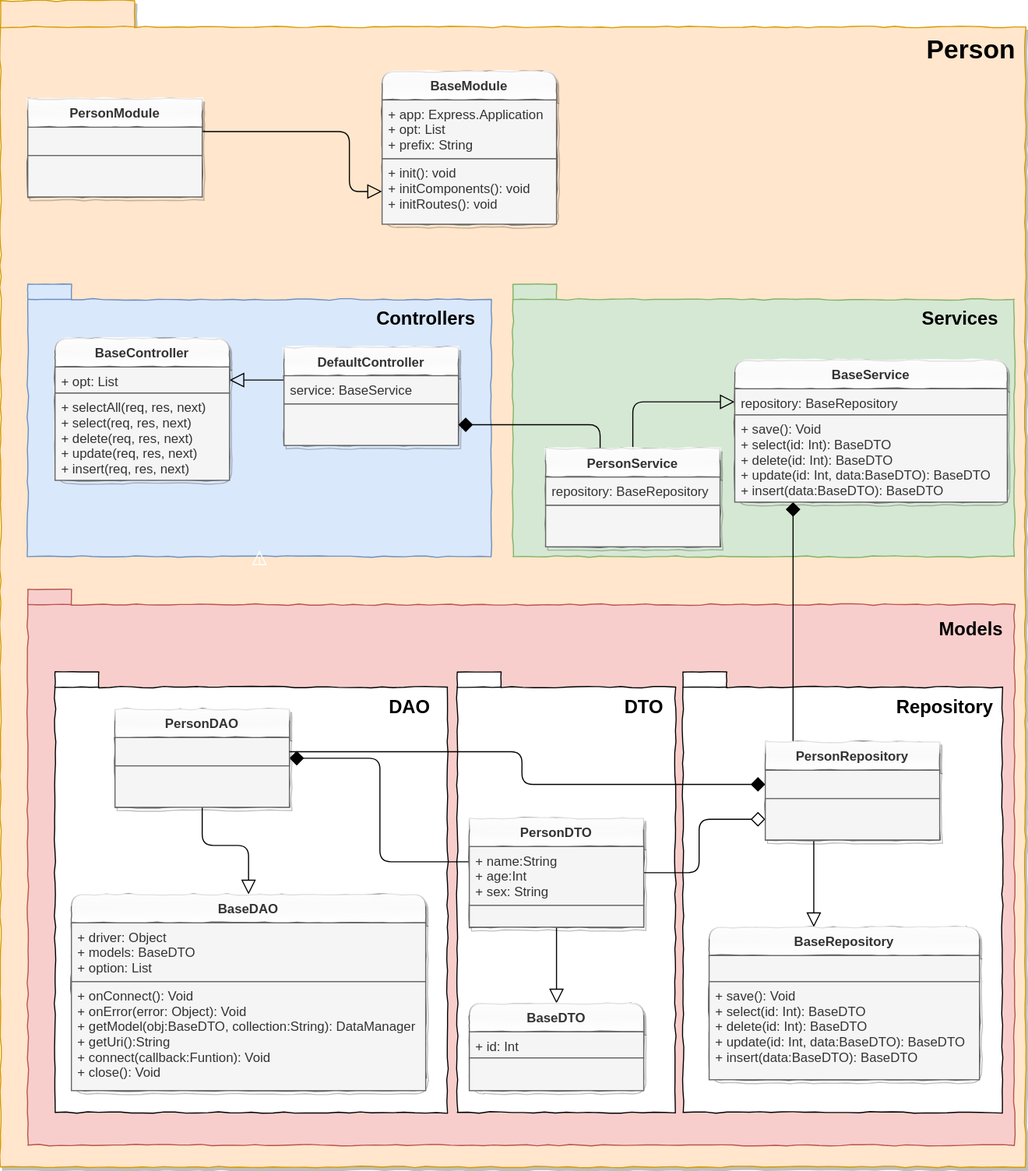
Earlier version of the draw.io export rest.server.02.express/README/module.svg (ameksike/demo.service). Source tidied: cells renumbered, new cells last; positions are measured from the earlier drawing's top-left corner, leaving out a move shared by most shapes.
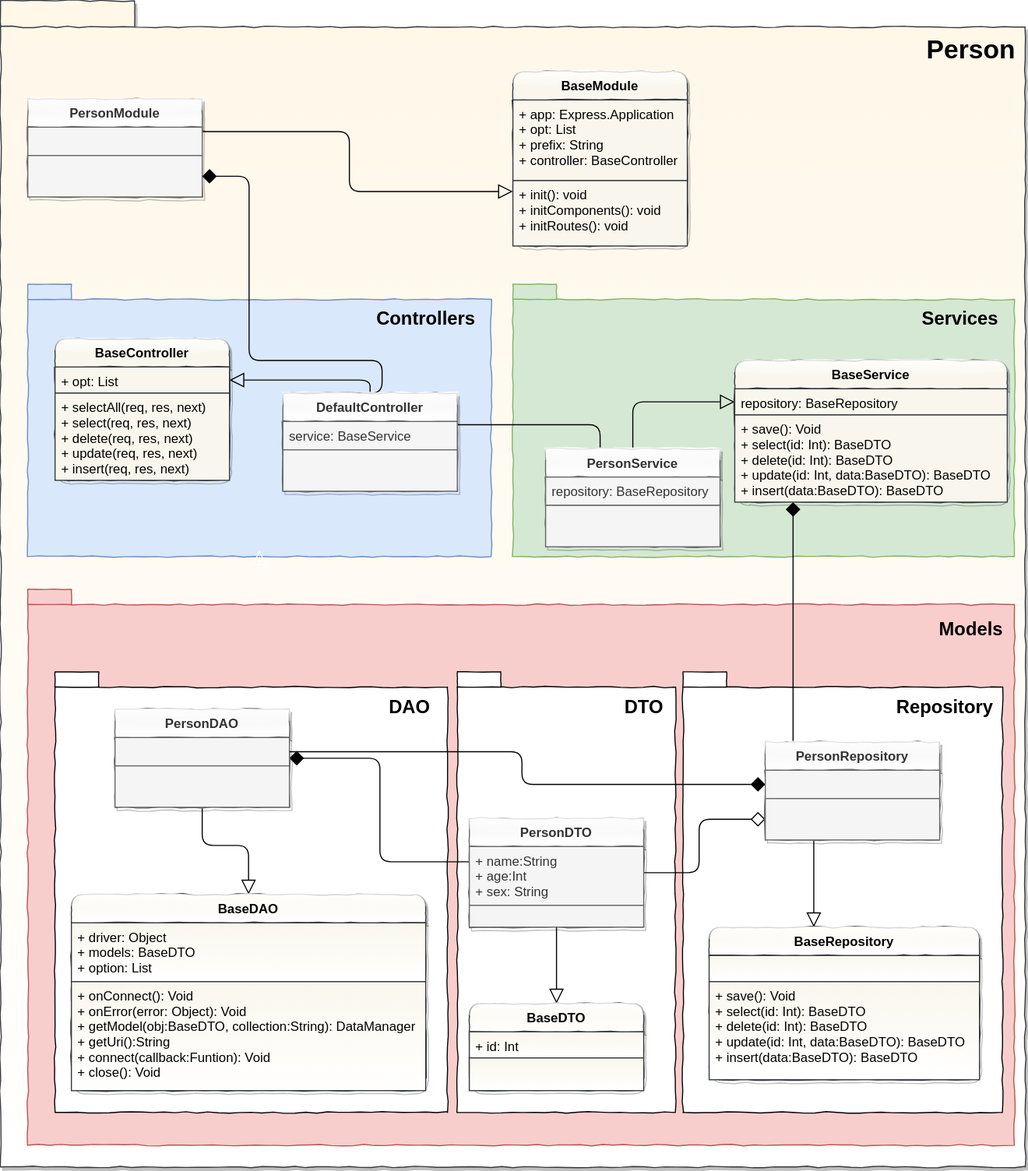
Later version of the same file.

Diff of the diagram source:
```diff
@@ -2,7 +2,7 @@
   <root>
     <mxCell id="0" />
     <mxCell id="1" parent="0" />
-    <mxCell id="2" style="shape=folder;fontStyle=1;spacingTop=10;tabWidth=123;tabHeight=24;tabPosition=left;html=1;rounded=0;shadow=1;comic=1;labelBackgroundColor=none;strokeColor=#d79b00;strokeWidth=1;fillColor=#ffe6cc;fontFamily=Verdana;fontSize=10;align=center;" parent="1" vertex="1">
+    <mxCell id="2" style="shape=folder;fontStyle=1;spacingTop=10;tabWidth=123;tabHeight=24;tabPosition=left;html=1;rounded=0;shadow=1;comic=1;labelBackgroundColor=none;strokeWidth=1;fontFamily=Verdana;fontSize=10;align=center;fillColor=#FFF7E8;strokeColor=#36393d;gradientColor=#ffffff;" parent="1" vertex="1">
       <mxGeometry width="940" height="1070" as="geometry" />
     </mxCell>
     <mxCell id="3" style="edgeStyle=orthogonalEdgeStyle;rounded=1;jettySize=auto;html=1;comic=0;endArrow=block;endFill=0;endSize=11;" parent="1" edge="1" source="34" target="11">
@@ -31,15 +31,6 @@
     <mxCell id="8" style="edgeStyle=orthogonalEdgeStyle;rounded=1;comic=0;orthogonalLoop=1;jettySize=auto;html=1;exitX=0.5;exitY=1;exitDx=0;exitDy=0;exitPerimeter=0;entryX=0.5;entryY=0.977;entryDx=0;entryDy=0;entryPerimeter=0;endArrow=block;endFill=0;endSize=11;strokeColor=#FFFFFF;" parent="1" edge="1" source="5" target="5">
       <mxGeometry relative="1" as="geometry" />
     </mxCell>
-    <mxCell id="9" value="BaseModule" style="swimlane;fontStyle=1;align=center;verticalAlign=top;horizontal=1;startSize=26;shadow=1;comic=1;fillColor=#f5f5f5;strokeColor=#666666;fontColor=#333333;gradientColor=#ffffff;glass=1;rounded=1;" parent="1" vertex="1">
-      <mxGeometry x="350" y="65" width="160" height="140" as="geometry" />
-    </mxCell>
-    <mxCell id="10" value="+ app: Express.Application&#10;+ opt: List&#10;+ prefix: String" style="text;strokeColor=#666666;fillColor=#f5f5f5;align=left;verticalAlign=top;spacingLeft=4;spacingRight=4;overflow=hidden;fontColor=#333333;" parent="9" vertex="1">
-      <mxGeometry y="26" width="160" height="54" as="geometry" />
-    </mxCell>
-    <mxCell id="11" value="+ init(): void &#10;+ initComponents(): void &#10;+ initRoutes(): void &#10;" style="text;strokeColor=#666666;fillColor=#f5f5f5;align=left;verticalAlign=top;spacingLeft=4;spacingRight=4;overflow=hidden;points=[[0,0.5],[1,0.5]];portConstraint=eastwest;fontColor=#333333;" parent="9" vertex="1">
-      <mxGeometry y="80" width="160" height="60" as="geometry" />
-    </mxCell>
     <mxCell id="12" style="shape=folder;fontStyle=1;spacingTop=10;tabWidth=40;tabHeight=14;tabPosition=left;html=1;rounded=0;shadow=0;glass=1;comic=1;fillColor=#f8cecc;strokeColor=#b85450;" parent="1" vertex="1">
       <mxGeometry x="25" y="540" width="905" height="510" as="geometry" />
     </mxCell>
@@ -84,13 +75,13 @@
     <mxCell id="24" style="edgeStyle=orthogonalEdgeStyle;rounded=1;comic=0;jettySize=auto;html=1;endArrow=block;endFill=0;endSize=11;strokeColor=#000000;" parent="1" edge="1" source="44" target="38">
       <mxGeometry relative="1" as="geometry" />
     </mxCell>
-    <mxCell id="25" value="BaseController" style="swimlane;fontStyle=1;align=center;verticalAlign=top;horizontal=1;startSize=26;shadow=1;comic=1;fillColor=#f5f5f5;strokeColor=#666666;fontColor=#333333;gradientColor=#ffffff;glass=1;rounded=1;" parent="1" vertex="1">
+    <mxCell id="25" value="BaseController" style="swimlane;fontStyle=1;align=center;verticalAlign=top;horizontal=1;startSize=26;shadow=1;comic=1;fillColor=#f9f7ed;strokeColor=#36393d;glass=1;rounded=1;gradientColor=none;" parent="1" vertex="1">
       <mxGeometry x="50" y="310" width="160" height="130" as="geometry" />
     </mxCell>
-    <mxCell id="26" value="+ opt: List" style="text;strokeColor=#666666;fillColor=#f5f5f5;align=left;verticalAlign=top;spacingLeft=4;spacingRight=4;overflow=hidden;points=[[0,0.5],[1,0.5]];portConstraint=eastwest;fontColor=#333333;" parent="25" vertex="1">
+    <mxCell id="26" value="+ opt: List" style="text;strokeColor=#36393d;fillColor=#f9f7ed;align=left;verticalAlign=top;spacingLeft=4;spacingRight=4;overflow=hidden;points=[[0,0.5],[1,0.5]];portConstraint=eastwest;gradientColor=none;" parent="25" vertex="1">
       <mxGeometry y="26" width="160" height="24" as="geometry" />
     </mxCell>
-    <mxCell id="27" value="+ selectAll(req, res, next)&#10;+ select(req, res, next)&#10;+ delete(req, res, next)&#10;+ update(req, res, next)&#10;+ insert(req, res, next)&#10;" style="text;strokeColor=#666666;fillColor=#f5f5f5;align=left;verticalAlign=top;spacingLeft=4;spacingRight=4;overflow=hidden;points=[[0,0.5],[1,0.5]];portConstraint=eastwest;fontColor=#333333;" parent="25" vertex="1">
+    <mxCell id="27" value="+ selectAll(req, res, next)&#10;+ select(req, res, next)&#10;+ delete(req, res, next)&#10;+ update(req, res, next)&#10;+ insert(req, res, next)&#10;" style="text;strokeColor=#36393d;fillColor=#f9f7ed;align=left;verticalAlign=top;spacingLeft=4;spacingRight=4;overflow=hidden;points=[[0,0.5],[1,0.5]];portConstraint=eastwest;gradientColor=none;" parent="25" vertex="1">
       <mxGeometry y="50" width="160" height="80" as="geometry" />
     </mxCell>
     <mxCell id="28" style="edgeStyle=orthogonalEdgeStyle;rounded=1;comic=0;jettySize=auto;html=1;endArrow=diamond;endFill=1;endSize=11;strokeColor=#000000;exitX=0.156;exitY=0.144;exitDx=0;exitDy=0;exitPerimeter=0;" parent="1" edge="1" source="44" target="29">
@@ -120,22 +111,31 @@
     <mxCell id="34" value="&#10;" style="text;strokeColor=#666666;fillColor=#f5f5f5;align=left;verticalAlign=top;spacingLeft=4;spacingRight=4;overflow=hidden;points=[[0,0.5],[1,0.5]];portConstraint=eastwest;fontColor=#333333;" parent="32" vertex="1">
       <mxGeometry y="52" width="160" height="38" as="geometry" />
     </mxCell>
+    <mxCell id="9" value="BaseModule" style="swimlane;fontStyle=1;align=center;verticalAlign=top;horizontal=1;startSize=26;shadow=1;comic=1;fillColor=#f9f7ed;strokeColor=#36393d;glass=1;rounded=1;gradientColor=none;" parent="1" vertex="1">
+      <mxGeometry x="470" y="65" width="160" height="160" as="geometry" />
+    </mxCell>
+    <mxCell id="10" value="+ app: Express.Application&#10;+ opt: List&#10;+ prefix: String&#10;+ controller: BaseController" style="text;strokeColor=#36393d;fillColor=#f9f7ed;align=left;verticalAlign=top;spacingLeft=4;spacingRight=4;overflow=hidden;gradientColor=none;" parent="9" vertex="1">
+      <mxGeometry y="26" width="160" height="74" as="geometry" />
+    </mxCell>
+    <mxCell id="11" value="+ init(): void &#10;+ initComponents(): void &#10;+ initRoutes(): void &#10;" style="text;strokeColor=#36393d;fillColor=#f9f7ed;align=left;verticalAlign=top;spacingLeft=4;spacingRight=4;overflow=hidden;points=[[0,0.5],[1,0.5]];portConstraint=eastwest;gradientColor=none;" parent="9" vertex="1">
+      <mxGeometry y="100" width="160" height="60" as="geometry" />
+    </mxCell>
-    <mxCell id="35" value="BaseDAO" style="swimlane;fontStyle=1;align=center;verticalAlign=top;horizontal=1;startSize=26;shadow=1;comic=1;fillColor=#f5f5f5;strokeColor=#666666;fontColor=#333333;gradientColor=#ffffff;glass=1;rounded=1;" parent="1" vertex="1">
+    <mxCell id="35" value="BaseDAO" style="swimlane;fontStyle=1;align=center;verticalAlign=top;horizontal=1;startSize=26;shadow=1;comic=1;fillColor=#f9f7ed;strokeColor=#36393d;glass=1;rounded=1;gradientColor=#ffffff;" parent="1" vertex="1">
       <mxGeometry x="65" y="820" width="325" height="180" as="geometry" />
     </mxCell>
-    <mxCell id="36" value="+ driver: Object&#10;+ models: BaseDTO&#10;+ option: List" style="text;strokeColor=#666666;fillColor=#f5f5f5;align=left;verticalAlign=top;spacingLeft=4;spacingRight=4;overflow=hidden;fontColor=#333333;" parent="35" vertex="1">
+    <mxCell id="36" value="+ driver: Object&#10;+ models: BaseDTO&#10;+ option: List" style="text;strokeColor=#36393d;fillColor=#f9f7ed;align=left;verticalAlign=top;spacingLeft=4;spacingRight=4;overflow=hidden;gradientColor=#ffffff;" parent="35" vertex="1">
       <mxGeometry y="26" width="325" height="54" as="geometry" />
     </mxCell>
-    <mxCell id="37" value="+ onConnect(): Void&#10;+ onError(error: Object): Void&#10;+ getModel(obj:BaseDTO, collection:String): DataManager&#10;+ getUri():String&#10;+ connect(callback:Funtion): Void&#10;+ close(): Void" style="text;strokeColor=#666666;fillColor=#f5f5f5;align=left;verticalAlign=top;spacingLeft=4;spacingRight=4;overflow=hidden;fontColor=#333333;" parent="35" vertex="1">
+    <mxCell id="37" value="+ onConnect(): Void&#10;+ onError(error: Object): Void&#10;+ getModel(obj:BaseDTO, collection:String): DataManager&#10;+ getUri():String&#10;+ connect(callback:Funtion): Void&#10;+ close(): Void" style="text;strokeColor=#36393d;fillColor=#f9f7ed;align=left;verticalAlign=top;spacingLeft=4;spacingRight=4;overflow=hidden;gradientColor=#ffffff;" parent="35" vertex="1">
       <mxGeometry y="80" width="325" height="100" as="geometry" />
     </mxCell>
-    <mxCell id="38" value="BaseDTO" style="swimlane;fontStyle=1;align=center;verticalAlign=top;horizontal=1;startSize=26;shadow=1;comic=1;fillColor=#f5f5f5;strokeColor=#666666;fontColor=#333333;gradientColor=#ffffff;glass=1;rounded=1;" parent="1" vertex="1">
+    <mxCell id="38" value="BaseDTO" style="swimlane;fontStyle=1;align=center;verticalAlign=top;horizontal=1;startSize=26;shadow=1;comic=1;fillColor=#f9f7ed;strokeColor=#36393d;glass=1;rounded=1;gradientColor=#ffffff;" parent="1" vertex="1">
       <mxGeometry x="430" y="920" width="160" height="80" as="geometry" />
     </mxCell>
-    <mxCell id="39" value="+ id: Int" style="text;strokeColor=#666666;fillColor=#f5f5f5;align=left;verticalAlign=top;spacingLeft=4;spacingRight=4;overflow=hidden;fontColor=#333333;" parent="38" vertex="1">
+    <mxCell id="39" value="+ id: Int" style="text;strokeColor=#36393d;fillColor=#f9f7ed;align=left;verticalAlign=top;spacingLeft=4;spacingRight=4;overflow=hidden;gradientColor=#ffffff;" parent="38" vertex="1">
       <mxGeometry y="26" width="160" height="24" as="geometry" />
     </mxCell>
-    <mxCell id="40" style="text;strokeColor=#666666;fillColor=#f5f5f5;align=left;verticalAlign=top;spacingLeft=4;spacingRight=4;overflow=hidden;fontColor=#333333;" parent="38" vertex="1">
+    <mxCell id="40" style="text;strokeColor=#36393d;fillColor=#f9f7ed;align=left;verticalAlign=top;spacingLeft=4;spacingRight=4;overflow=hidden;gradientColor=#ffffff;" parent="38" vertex="1">
       <mxGeometry y="50" width="160" height="30" as="geometry" />
     </mxCell>
     <mxCell id="41" style="edgeStyle=orthogonalEdgeStyle;rounded=1;comic=0;jettySize=auto;html=1;endArrow=block;endFill=0;endSize=11;strokeColor=#000000;" parent="1" edge="1" source="59" target="56">
@@ -172,15 +172,6 @@
     <mxCell id="48" style="edgeStyle=orthogonalEdgeStyle;rounded=1;comic=0;jettySize=auto;html=1;endArrow=block;endFill=0;endSize=11;strokeColor=#000000;entryX=0;entryY=0.5;entryDx=0;entryDy=0;" parent="1" edge="1" source="53" target="63">
       <mxGeometry relative="1" as="geometry" />
     </mxCell>
-    <mxCell id="49" value="DefaultController" style="swimlane;fontStyle=1;align=center;verticalAlign=top;horizontal=1;startSize=26;shadow=1;comic=1;fillColor=#f5f5f5;strokeColor=#666666;fontColor=#333333;gradientColor=#ffffff;glass=1;rounded=0;" parent="1" vertex="1">
-      <mxGeometry x="260" y="318" width="160" height="90" as="geometry" />
-    </mxCell>
-    <mxCell id="50" value="service: BaseService" style="text;strokeColor=#666666;fillColor=#f5f5f5;align=left;verticalAlign=top;spacingLeft=4;spacingRight=4;overflow=hidden;fontColor=#333333;" parent="49" vertex="1">
-      <mxGeometry y="26" width="160" height="26" as="geometry" />
-    </mxCell>
-    <mxCell id="51" value="&#10;" style="text;strokeColor=#666666;fillColor=#f5f5f5;align=left;verticalAlign=top;spacingLeft=4;spacingRight=4;overflow=hidden;points=[[0,0.5],[1,0.5]];portConstraint=eastwest;fontColor=#333333;" parent="49" vertex="1">
-      <mxGeometry y="52" width="160" height="38" as="geometry" />
-    </mxCell>
     <mxCell id="52" style="edgeStyle=orthogonalEdgeStyle;rounded=1;comic=0;jettySize=auto;html=1;endArrow=diamond;endFill=1;endSize=11;strokeColor=#000000;" parent="1" edge="1" source="53" target="51">
       <mxGeometry relative="1" as="geometry">
         <Array as="points">
@@ -197,13 +188,13 @@
     <mxCell id="55" value="&#10;" style="text;strokeColor=#666666;fillColor=#f5f5f5;align=left;verticalAlign=top;spacingLeft=4;spacingRight=4;overflow=hidden;fontColor=#333333;" parent="53" vertex="1">
       <mxGeometry y="52" width="160" height="38" as="geometry" />
     </mxCell>
-    <mxCell id="56" value="BaseRepository" style="swimlane;fontStyle=1;align=center;verticalAlign=top;horizontal=1;startSize=26;shadow=1;comic=1;fillColor=#f5f5f5;strokeColor=#666666;fontColor=#333333;gradientColor=#ffffff;glass=1;rounded=1;" parent="1" vertex="1">
+    <mxCell id="56" value="BaseRepository" style="swimlane;fontStyle=1;align=center;verticalAlign=top;horizontal=1;startSize=26;shadow=1;comic=1;fillColor=#f9f7ed;strokeColor=#36393d;glass=1;rounded=1;gradientColor=#ffffff;" parent="1" vertex="1">
       <mxGeometry x="650" y="850" width="248" height="140" as="geometry" />
     </mxCell>
-    <mxCell id="57" style="text;strokeColor=#666666;fillColor=#f5f5f5;align=left;verticalAlign=top;spacingLeft=4;spacingRight=4;overflow=hidden;fontColor=#333333;" parent="56" vertex="1">
+    <mxCell id="57" style="text;strokeColor=#36393d;fillColor=#f9f7ed;align=left;verticalAlign=top;spacingLeft=4;spacingRight=4;overflow=hidden;gradientColor=#ffffff;" parent="56" vertex="1">
       <mxGeometry y="26" width="248" height="24" as="geometry" />
     </mxCell>
-    <mxCell id="58" value="+ save(): Void&#10;+ select(id: Int): BaseDTO&#10;+ delete(id: Int): BaseDTO&#10;+ update(id: Int, data:BaseDTO): BaseDTO&#10;+ insert(data:BaseDTO): BaseDTO" style="text;strokeColor=#666666;fillColor=#f5f5f5;align=left;verticalAlign=top;spacingLeft=4;spacingRight=4;overflow=hidden;fontColor=#333333;" parent="56" vertex="1">
+    <mxCell id="58" value="+ save(): Void&#10;+ select(id: Int): BaseDTO&#10;+ delete(id: Int): BaseDTO&#10;+ update(id: Int, data:BaseDTO): BaseDTO&#10;+ insert(data:BaseDTO): BaseDTO" style="text;strokeColor=#36393d;fillColor=#f9f7ed;align=left;verticalAlign=top;spacingLeft=4;spacingRight=4;overflow=hidden;gradientColor=#ffffff;" parent="56" vertex="1">
       <mxGeometry y="50" width="248" height="90" as="geometry" />
     </mxCell>
     <mxCell id="59" value="PersonRepository" style="swimlane;fontStyle=1;align=center;verticalAlign=top;horizontal=1;startSize=26;shadow=1;comic=1;fillColor=#f5f5f5;strokeColor=#666666;fontColor=#333333;gradientColor=#ffffff;glass=1;rounded=0;" parent="1" vertex="1">
@@ -215,14 +206,33 @@
     <mxCell id="61" value="&#10;" style="text;strokeColor=#666666;fillColor=#f5f5f5;align=left;verticalAlign=top;spacingLeft=4;spacingRight=4;overflow=hidden;points=[[0,0.5],[1,0.5]];portConstraint=eastwest;fontColor=#333333;" parent="59" vertex="1">
       <mxGeometry y="52" width="160" height="38" as="geometry" />
     </mxCell>
-    <mxCell id="62" value="BaseService&#10;" style="swimlane;fontStyle=1;align=center;verticalAlign=top;horizontal=1;startSize=26;shadow=1;comic=1;fillColor=#f5f5f5;strokeColor=#666666;fontColor=#333333;gradientColor=#ffffff;glass=1;rounded=1;" parent="1" vertex="1">
+    <mxCell id="62" value="BaseService&#10;" style="swimlane;fontStyle=1;align=center;verticalAlign=top;horizontal=1;startSize=26;shadow=1;comic=1;fillColor=#f9f7ed;strokeColor=#36393d;glass=1;rounded=1;gradientColor=none;" parent="1" vertex="1">
       <mxGeometry x="673.5" y="330" width="250" height="130" as="geometry" />
     </mxCell>
-    <mxCell id="63" value="repository: BaseRepository" style="text;strokeColor=#666666;fillColor=#f5f5f5;align=left;verticalAlign=top;spacingLeft=4;spacingRight=4;overflow=hidden;points=[[0,0.5],[1,0.5]];portConstraint=eastwest;fontColor=#333333;" parent="62" vertex="1">
+    <mxCell id="63" value="repository: BaseRepository" style="text;strokeColor=#36393d;fillColor=#f9f7ed;align=left;verticalAlign=top;spacingLeft=4;spacingRight=4;overflow=hidden;points=[[0,0.5],[1,0.5]];portConstraint=eastwest;gradientColor=none;" parent="62" vertex="1">
       <mxGeometry y="26" width="250" height="24" as="geometry" />
     </mxCell>
-    <mxCell id="64" value="+ save(): Void&#10;+ select(id: Int): BaseDTO&#10;+ delete(id: Int): BaseDTO&#10;+ update(id: Int, data:BaseDTO): BaseDTO&#10;+ insert(data:BaseDTO): BaseDTO&#10;" style="text;strokeColor=#666666;fillColor=#f5f5f5;align=left;verticalAlign=top;spacingLeft=4;spacingRight=4;overflow=hidden;points=[[0,0.5],[1,0.5]];portConstraint=eastwest;fontColor=#333333;" parent="62" vertex="1">
+    <mxCell id="64" value="+ save(): Void&#10;+ select(id: Int): BaseDTO&#10;+ delete(id: Int): BaseDTO&#10;+ update(id: Int, data:BaseDTO): BaseDTO&#10;+ insert(data:BaseDTO): BaseDTO&#10;" style="text;strokeColor=#36393d;fillColor=#f9f7ed;align=left;verticalAlign=top;spacingLeft=4;spacingRight=4;overflow=hidden;points=[[0,0.5],[1,0.5]];portConstraint=eastwest;gradientColor=none;" parent="62" vertex="1">
       <mxGeometry y="50" width="250" height="80" as="geometry" />
     </mxCell>
+    <mxCell id="65" style="edgeStyle=orthogonalEdgeStyle;rounded=1;comic=0;jettySize=auto;html=1;endArrow=diamond;endFill=1;endSize=11;strokeColor=#000000;exitX=0.063;exitY=0;exitDx=0;exitDy=0;exitPerimeter=0;" parent="1" edge="1" source="49" target="34">
+      <mxGeometry relative="1" as="geometry">
+        <Array as="points">
+          <mxPoint x="350" y="360" />
+          <mxPoint x="350" y="330" />
+          <mxPoint x="228" y="330" />
+          <mxPoint x="228" y="161" />
+        </Array>
+      </mxGeometry>
+    </mxCell>
+    <mxCell id="49" value="DefaultController" style="swimlane;fontStyle=1;align=center;verticalAlign=top;horizontal=1;startSize=26;shadow=1;comic=1;fillColor=#f5f5f5;strokeColor=#666666;fontColor=#333333;gradientColor=#ffffff;glass=1;rounded=0;" parent="1" vertex="1">
+      <mxGeometry x="259" y="360" width="160" height="90" as="geometry" />
+    </mxCell>
+    <mxCell id="50" value="service: BaseService" style="text;strokeColor=#666666;fillColor=#f5f5f5;align=left;verticalAlign=top;spacingLeft=4;spacingRight=4;overflow=hidden;fontColor=#333333;" parent="49" vertex="1">
+      <mxGeometry y="26" width="160" height="26" as="geometry" />
+    </mxCell>
+    <mxCell id="51" value="&#10;" style="text;strokeColor=#666666;fillColor=#f5f5f5;align=left;verticalAlign=top;spacingLeft=4;spacingRight=4;overflow=hidden;points=[[0,0.5],[1,0.5]];portConstraint=eastwest;fontColor=#333333;" parent="49" vertex="1">
+      <mxGeometry y="52" width="160" height="38" as="geometry" />
+    </mxCell>
   </root>
 </mxGraphModel>
```
